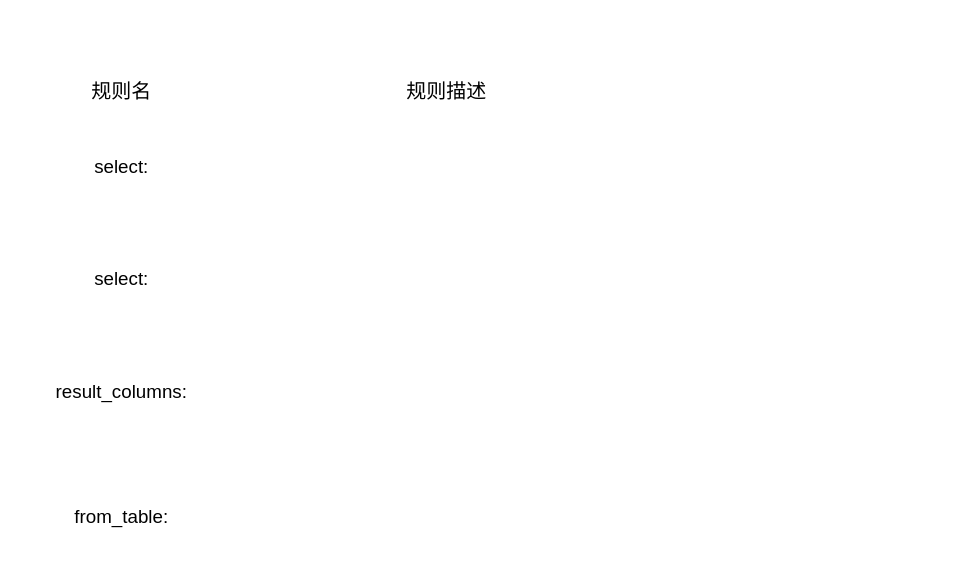
Before: 规则匹配.drawio in ChengziMao/picture, a draw.io diagram. Source tidied: cells renumbered, new cells numbered last; positions are measured from the earlier drawing's top-left corner, leaving out a move shared by most shapes. Both pictures are drawn from the tidied source at 125%, with x=0, y=0 at pixel (34, 71).
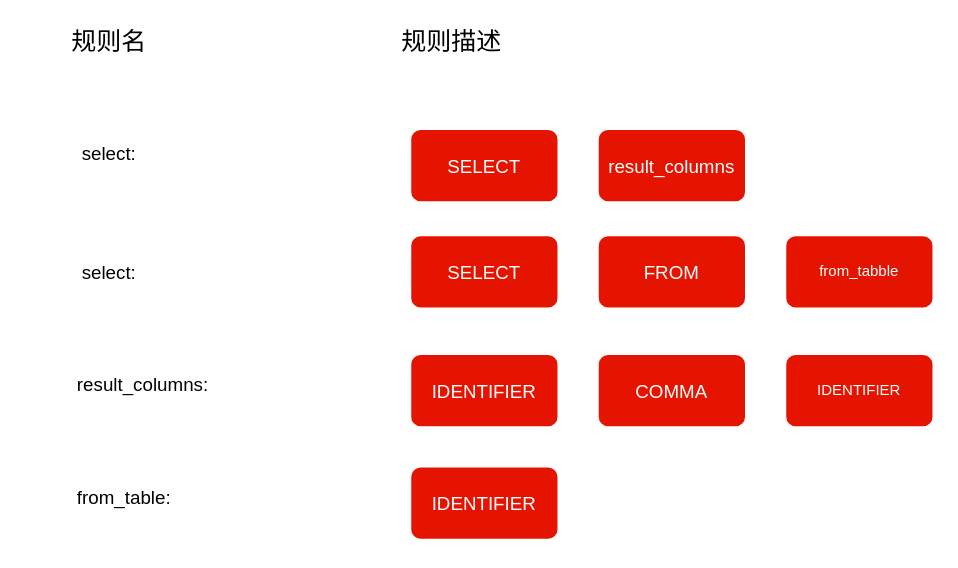
The same page after the edit.

Commit message (it also covers changes not shown here):
更新规则匹配.drawio

What changed in the source:
```diff
@@
 <mxGraphModel>
   <root>
     <mxCell id="0" />
     <mxCell id="1" parent="0" />
-    <mxCell id="2" value="规则名" style="text;html=1;whiteSpace=wrap;strokeColor=none;fillColor=none;align=center;verticalAlign=middle;rounded=0;fontSize=16;" parent="1" vertex="1">
-      <mxGeometry width="140" height="30" as="geometry" />
+    <mxCell id="2" value="规则名" style="text;html=1;whiteSpace=wrap;strokeColor=none;fillColor=none;align=center;verticalAlign=middle;rounded=0;fontSize=20;" parent="1" vertex="1">
+      <mxGeometry x="-10" y="-40" width="140" height="30" as="geometry" />
     </mxCell>
-    <mxCell id="3" value="规则描述" style="text;html=1;whiteSpace=wrap;strokeColor=none;fillColor=none;align=center;verticalAlign=middle;rounded=0;fontSize=16;" parent="1" vertex="1">
-      <mxGeometry x="270" width="120" height="30" as="geometry" />
+    <mxCell id="3" value="规则描述" style="text;html=1;whiteSpace=wrap;strokeColor=none;fillColor=none;align=center;verticalAlign=middle;rounded=0;fontSize=20;" parent="1" vertex="1">
+      <mxGeometry x="274" y="-40" width="120" height="30" as="geometry" />
     </mxCell>
     <mxCell id="4" value="select:" style="text;html=1;whiteSpace=wrap;strokeColor=none;fillColor=none;align=center;verticalAlign=middle;rounded=0;fontSize=15;" parent="1" vertex="1">
-      <mxGeometry x="15" y="50" width="110" height="50" as="geometry" />
+      <mxGeometry x="5" y="40" width="110" height="50" as="geometry" />
     </mxCell>
     <mxCell id="5" value="select:" style="text;html=1;whiteSpace=wrap;strokeColor=none;fillColor=none;align=center;verticalAlign=middle;rounded=0;fontSize=15;" parent="1" vertex="1">
-      <mxGeometry x="15" y="140" width="110" height="50" as="geometry" />
+      <mxGeometry x="5" y="135" width="110" height="50" as="geometry" />
     </mxCell>
     <mxCell id="6" value="result_columns:" style="text;html=1;whiteSpace=wrap;strokeColor=none;fillColor=none;align=center;verticalAlign=middle;rounded=0;fontSize=15;" parent="1" vertex="1">
-      <mxGeometry x="15" y="230" width="110" height="50" as="geometry" />
+      <mxGeometry x="32" y="225" width="110" height="50" as="geometry" />
     </mxCell>
     <mxCell id="7" value="from_table:" style="text;html=1;whiteSpace=wrap;strokeColor=none;fillColor=none;align=center;verticalAlign=middle;rounded=0;fontSize=15;" parent="1" vertex="1">
-      <mxGeometry x="15" y="330" width="110" height="50" as="geometry" />
+      <mxGeometry x="17" y="315" width="110" height="50" as="geometry" />
     </mxCell>
+    <mxCell id="8" value="SELECT" style="rounded=1;whiteSpace=wrap;html=1;fillColor=#e51400;fontColor=#ffffff;strokeColor=light-dark(#ffffff, #ffacac);strokeWidth=3;fontSize=15;" parent="1" vertex="1">
+      <mxGeometry x="300" y="45" width="120" height="60" as="geometry" />
+    </mxCell>
+    <mxCell id="9" value="result_columns" style="rounded=1;whiteSpace=wrap;html=1;fillColor=#e51400;fontColor=#ffffff;strokeColor=light-dark(#ffffff, #ffacac);strokeWidth=3;fontSize=15;" parent="1" vertex="1">
+      <mxGeometry x="450" y="45" width="120" height="60" as="geometry" />
+    </mxCell>
+    <mxCell id="10" value="SELECT" style="rounded=1;whiteSpace=wrap;html=1;fillColor=#e51400;fontColor=#ffffff;strokeColor=light-dark(#ffffff, #ffacac);strokeWidth=3;fontSize=15;" parent="1" vertex="1">
+      <mxGeometry x="300" y="130" width="120" height="60" as="geometry" />
+    </mxCell>
+    <mxCell id="11" value="FROM" style="rounded=1;whiteSpace=wrap;html=1;fillColor=#e51400;fontColor=#ffffff;strokeColor=light-dark(#ffffff, #ffacac);strokeWidth=3;fontSize=15;" parent="1" vertex="1">
+      <mxGeometry x="450" y="130" width="120" height="60" as="geometry" />
+    </mxCell>
+    <mxCell id="12" value="from_tabble" style="rounded=1;whiteSpace=wrap;html=1;fillColor=#e51400;fontColor=#ffffff;strokeColor=light-dark(#ffffff, #ffacac);strokeWidth=3;" parent="1" vertex="1">
+      <mxGeometry x="600" y="130" width="120" height="60" as="geometry" />
+    </mxCell>
+    <mxCell id="13" value="IDENTIFIER" style="rounded=1;whiteSpace=wrap;html=1;fillColor=#e51400;fontColor=#ffffff;strokeColor=light-dark(#ffffff, #ffacac);strokeWidth=3;fontSize=15;" parent="1" vertex="1">
+      <mxGeometry x="300" y="225" width="120" height="60" as="geometry" />
+    </mxCell>
+    <mxCell id="14" value="COMMA" style="rounded=1;whiteSpace=wrap;html=1;fillColor=#e51400;fontColor=#ffffff;strokeColor=light-dark(#ffffff, #ffacac);strokeWidth=3;fontSize=15;" parent="1" vertex="1">
+      <mxGeometry x="450" y="225" width="120" height="60" as="geometry" />
+    </mxCell>
+    <mxCell id="15" value="IDENTIFIER" style="rounded=1;whiteSpace=wrap;html=1;fillColor=#e51400;fontColor=#ffffff;strokeColor=light-dark(#ffffff, #ffacac);strokeWidth=3;" parent="1" vertex="1">
+      <mxGeometry x="600" y="225" width="120" height="60" as="geometry" />
+    </mxCell>
+    <mxCell id="16" value="IDENTIFIER" style="rounded=1;whiteSpace=wrap;html=1;fillColor=#e51400;fontColor=#ffffff;strokeColor=light-dark(#ffffff, #ffacac);strokeWidth=3;fontSize=15;" parent="1" vertex="1">
+      <mxGeometry x="300" y="315" width="120" height="60" as="geometry" />
+    </mxCell>
   </root>
 </mxGraphModel>
```
